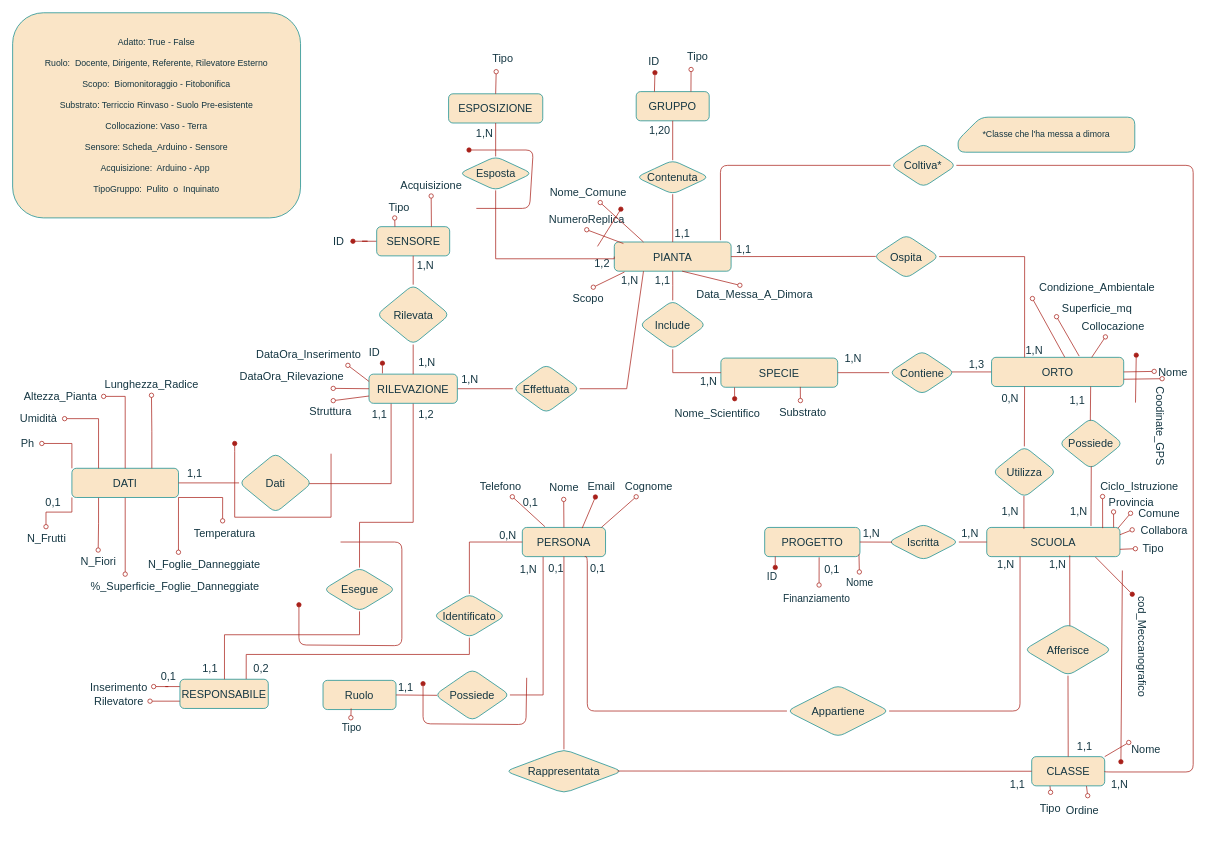
Before: Parte I - Progettazione Logica/Aggiuntivi/DiagrammaRistrutturato.drawio in andrewasterix/BD, a draw.io diagram. Source tidied: cells renumbered, new cells numbered last; positions are measured from the earlier drawing's top-left corner, leaving out a move shared by most shapes. Both pictures are drawn from the tidied source at 73%, with x=0, y=0 at pixel (12, 12).
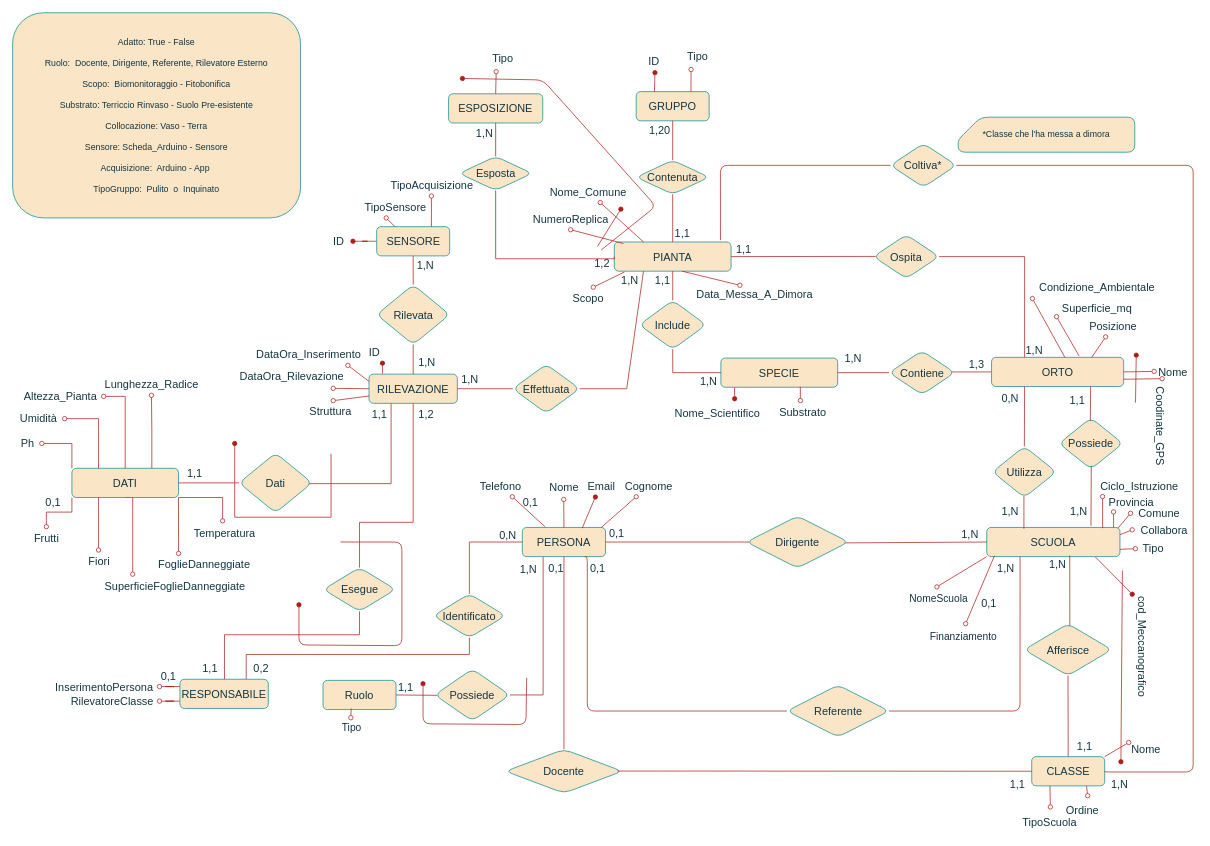
The same page after the edit.

The change refers to these unchanged cells:
```xml
<mxCell id="2" value="SCUOLA" style="rounded=1;whiteSpace=wrap;html=1;shadow=0;glass=0;points=[[0,0,0,0,0],[0,0.25,0,0,0],[0,0.5,0,0,0],[0,0.75,0,0,0],[0,1,0,0,0],[0.25,0,0,0,0],[0.25,1,0,0,0],[0.5,0,0,0,0],[0.5,1,0,0,0],[0.75,0,0,0,0],[0.75,1,0,0,0],[1,0,0,0,0],[1,0.25,0,0,0],[1,0.5,0,0,0],[1,0.75,0,0,0],[1,1,0,0,0]];fontSize=15;labelBackgroundColor=none;fillColor=#FAE5C7;strokeColor=#0F8B8D;fontColor=#143642;" parent="1" vertex="1">
  <mxGeometry x="1334.2" y="705" width="182.5" height="40" as="geometry" />
</mxCell>
<mxCell id="4" value="PERSONA" style="whiteSpace=wrap;html=1;rounded=1;shadow=0;glass=0;fontSize=15;points=[[0,0,0,0,0],[0,0.25,0,0,0],[0,0.5,0,0,0],[0,0.75,0,0,0],[0,1,0,0,0],[0.25,0,0,0,0],[0.25,1,0,0,0],[0.5,0,0,0,0],[0.5,1,0,0,0],[0.75,0,0,0,0],[0.75,1,0,0,0],[1,0,0,0,0],[1,0.25,0,0,0],[1,0.5,0,0,0],[1,0.75,0,0,0],[1,1,0,0,0]];labelBackgroundColor=none;fillColor=#FAE5C7;strokeColor=#0F8B8D;fontColor=#143642;" parent="1" vertex="1">
  <mxGeometry x="698" y="705" width="114" height="40" as="geometry" />
</mxCell>
<mxCell id="177" value="DATI" style="whiteSpace=wrap;html=1;rounded=1;shadow=0;glass=0;fontSize=15;points=[[0,0,0,0,0],[0,0.25,0,0,0],[0,0.5,0,0,0],[0,0.75,0,0,0],[0,1,0,0,0],[0.25,0,0,0,0],[0.25,1,0,0,0],[0.5,0,0,0,0],[0.5,1,0,0,0],[0.75,0,0,0,0],[0.75,1,0,0,0],[1,0,0,0,0],[1,0.25,0,0,0],[1,0.5,0,0,0],[1,0.75,0,0,0],[1,1,0,0,0]];labelBackgroundColor=none;fillColor=#FAE5C7;strokeColor=#0F8B8D;fontColor=#143642;" parent="1" vertex="1">
  <mxGeometry x="81" y="624" width="146" height="40" as="geometry" />
</mxCell>
```

Change to the diagram source:
```diff
@@
-    <mxCell id="15" value="Tipo" style="text;html=1;align=center;verticalAlign=middle;points=[];strokeColor=none;fillColor=none;fontSize=15;fontFamily=Helvetica;labelBackgroundColor=none;rounded=1;fontColor=#143642;" parent="1" vertex="1">
-      <mxGeometry x="1395.8" y="1074" width="50" height="30" as="geometry" />
+    <mxCell id="15" value="TipoScuola" style="text;html=1;align=center;verticalAlign=middle;points=[];strokeColor=none;fillColor=none;fontSize=15;fontFamily=Helvetica;labelBackgroundColor=none;rounded=1;fontColor=#143642;" parent="1" vertex="1">
+      <mxGeometry x="1373.8" y="1094" width="92" height="30" as="geometry" />
     </mxCell>
@@
-    <mxCell id="25" value="Rappresentata" style="rhombus;whiteSpace=wrap;html=1;rounded=1;shadow=0;glass=0;fontSize=15;align=center;verticalAlign=middle;labelBackgroundColor=none;fillColor=#FAE5C7;strokeColor=#0F8B8D;fontColor=#143642;" parent="1" vertex="1">
+    <mxCell id="25" value="Docente" style="rhombus;whiteSpace=wrap;html=1;rounded=1;shadow=0;glass=0;fontSize=15;align=center;verticalAlign=middle;labelBackgroundColor=none;fillColor=#FAE5C7;strokeColor=#0F8B8D;fontColor=#143642;" parent="1" vertex="1">
       <mxGeometry x="675" y="1009" width="160" height="60" as="geometry" />
     </mxCell>
@@
-    <mxCell id="33" value="Iscritta" style="rhombus;whiteSpace=wrap;html=1;fontFamily=Helvetica;fontSize=15;align=center;verticalAlign=middle;labelBackgroundColor=none;rounded=1;fillColor=#FAE5C7;strokeColor=#0F8B8D;fontColor=#143642;" parent="1" vertex="1">
-      <mxGeometry x="1199" y="700" width="97" height="50" as="geometry" />
-    </mxCell>
@@
-    <mxCell id="38" value="Appartiene" style="rhombus;whiteSpace=wrap;html=1;fontFamily=Helvetica;fontSize=15;align=center;verticalAlign=middle;labelBackgroundColor=none;rounded=1;fillColor=#FAE5C7;strokeColor=#0F8B8D;fontColor=#143642;" parent="1" vertex="1">
+    <mxCell id="38" value="Referente" style="rhombus;whiteSpace=wrap;html=1;fontFamily=Helvetica;fontSize=15;align=center;verticalAlign=middle;labelBackgroundColor=none;rounded=1;fillColor=#FAE5C7;strokeColor=#0F8B8D;fontColor=#143642;" parent="1" vertex="1">
       <mxGeometry x="1060.5" y="921" width="140" height="71" as="geometry" />
     </mxCell>
@@
-    <mxCell id="53" style="endArrow=none;html=1;rounded=0;entryX=0;entryY=0.5;entryDx=0;entryDy=0;entryPerimeter=0;exitX=1;exitY=0.5;exitDx=0;exitDy=0;labelBackgroundColor=none;strokeColor=#A8201A;fontColor=default;" parent="1" edge="1" source="33" target="2">
+    <mxCell id="53" style="endArrow=none;html=1;rounded=0;entryX=0;entryY=0.5;entryDx=0;entryDy=0;entryPerimeter=0;exitX=0.93;exitY=0.517;exitDx=0;exitDy=0;labelBackgroundColor=none;strokeColor=#A8201A;fontColor=default;exitPerimeter=0;" parent="1" edge="1" source="220" target="2">
       <mxGeometry relative="1" as="geometry" />
     </mxCell>
-    <mxCell id="54" value="PROGETTO" style="rounded=1;whiteSpace=wrap;html=1;shadow=0;glass=0;points=[[0,0,0,0,0],[0,0.25,0,0,0],[0,0.5,0,0,0],[0,0.75,0,0,0],[0,1,0,0,0],[0.25,0,0,0,0],[0.25,1,0,0,0],[0.5,0,0,0,0],[0.5,1,0,0,0],[0.75,0,0,0,0],[0.75,1,0,0,0],[1,0,0,0,0],[1,0.25,0,0,0],[1,0.5,0,0,0],[1,0.75,0,0,0],[1,1,0,0,0]];fontSize=15;labelBackgroundColor=none;fillColor=#FAE5C7;strokeColor=#0F8B8D;fontColor=#143642;" parent="1" vertex="1">
-      <mxGeometry x="1030" y="705" width="130.5" height="40" as="geometry" />
-    </mxCell>
@@
-    <mxCell id="66" style="endArrow=none;html=1;rounded=0;exitX=1;exitY=0.5;exitDx=0;exitDy=0;exitPerimeter=0;entryX=0.056;entryY=0.503;entryDx=0;entryDy=0;labelBackgroundColor=none;strokeColor=#A8201A;fontColor=default;entryPerimeter=0;" parent="1" edge="1" source="54" target="33">
-      <mxGeometry relative="1" as="geometry" />
-    </mxCell>
@@
-    <mxCell id="84" value="&lt;span style=&quot;font-size: 15px;&quot;&gt;Tipo&lt;/span&gt;" style="text;html=1;align=center;verticalAlign=middle;points=[];strokeColor=none;fillColor=none;fontSize=15;fontFamily=Helvetica;labelBackgroundColor=none;rounded=1;fontColor=#143642;" parent="1" vertex="1">
-      <mxGeometry x="504" y="251" width="50" height="30" as="geometry" />
+    <mxCell id="84" value="&lt;span style=&quot;font-size: 15px;&quot;&gt;TipoSensore&lt;/span&gt;" style="text;html=1;align=center;verticalAlign=middle;points=[];strokeColor=none;fillColor=none;fontSize=15;fontFamily=Helvetica;labelBackgroundColor=none;rounded=1;fontColor=#143642;" parent="1" vertex="1">
+      <mxGeometry x="472" y="251" width="103" height="30" as="geometry" />
     </mxCell>
@@
-    <mxCell id="86" value="&lt;span style=&quot;font-size: 15px;&quot;&gt;Acquisizione&lt;br&gt;&lt;/span&gt;" style="text;html=1;align=center;verticalAlign=middle;points=[];strokeColor=none;fillColor=none;fontSize=15;fontFamily=Helvetica;labelBackgroundColor=none;rounded=1;fontColor=#143642;" parent="1" vertex="1">
-      <mxGeometry x="518" y="221" width="110" height="30" as="geometry" />
+    <mxCell id="86" value="&lt;span style=&quot;font-size: 15px;&quot;&gt;TipoAcquisizione&lt;br&gt;&lt;/span&gt;" style="text;html=1;align=center;verticalAlign=middle;points=[];strokeColor=none;fillColor=none;fontSize=15;fontFamily=Helvetica;labelBackgroundColor=none;rounded=1;fontColor=#143642;" parent="1" vertex="1">
+      <mxGeometry x="508" y="221" width="131" height="30" as="geometry" />
     </mxCell>
@@
     <mxCell id="92" value="&lt;span style=&quot;font-size: 15px;&quot;&gt;NumeroReplica&lt;/span&gt;" style="text;html=1;align=center;verticalAlign=middle;points=[];strokeColor=none;fillColor=none;fontSize=15;fontFamily=Helvetica;labelBackgroundColor=none;rounded=1;fontColor=#143642;arcSize=0;rotation=0;" parent="1" vertex="1">
-      <mxGeometry x="725" y="268" width="121" height="30" as="geometry" />
+      <mxGeometry x="703" y="268" width="121" height="30" as="geometry" />
     </mxCell>
@@
-    <mxCell id="108" value="Collocazione" style="text;html=1;align=center;verticalAlign=middle;points=[];strokeColor=none;fillColor=none;fontSize=15;fontFamily=Helvetica;labelBackgroundColor=none;rounded=1;fontColor=#143642;" parent="1" vertex="1">
-      <mxGeometry x="1451.8" y="414" width="110" height="30" as="geometry" />
+    <mxCell id="108" value="Posizione" style="text;html=1;align=center;verticalAlign=middle;points=[];strokeColor=none;fillColor=none;fontSize=15;fontFamily=Helvetica;labelBackgroundColor=none;rounded=1;fontColor=#143642;" parent="1" vertex="1">
+      <mxGeometry x="1465.8" y="414" width="83" height="30" as="geometry" />
     </mxCell>
@@
     <mxCell id="133" value="0,1" style="text;html=1;align=center;verticalAlign=middle;strokeColor=none;fillColor=none;fontSize=15;fontFamily=Helvetica;rounded=1;labelBackgroundColor=none;fontColor=#143642;" parent="1" vertex="1">
-      <mxGeometry x="1102" y="747" width="40" height="30" as="geometry" />
+      <mxGeometry x="1316.8" y="793" width="40" height="30" as="geometry" />
     </mxCell>
-    <mxCell id="134" value="ID" style="text;html=1;align=center;verticalAlign=middle;points=[];strokeColor=none;fillColor=none;fontSize=14;labelBackgroundColor=none;rounded=1;fontColor=#143642;" parent="1" vertex="1">
-      <mxGeometry x="1019.5" y="758" width="40" height="30" as="geometry" />
+    <mxCell id="134" value="NomeScuola" style="text;html=1;align=center;verticalAlign=middle;points=[];strokeColor=none;fillColor=none;fontSize=14;labelBackgroundColor=none;rounded=1;fontColor=#143642;" parent="1" vertex="1">
+      <mxGeometry x="1218.8" y="788" width="98" height="29" as="geometry" />
     </mxCell>
-    <mxCell id="135" value="Nome" style="text;html=1;align=center;verticalAlign=middle;points=[];strokeColor=none;fillColor=none;fontSize=14;labelBackgroundColor=none;rounded=1;fontColor=#143642;" parent="1" vertex="1">
-      <mxGeometry x="1130" y="766" width="60" height="30" as="geometry" />
-    </mxCell>
-    <mxCell id="136" style="edgeStyle=none;shape=connector;rounded=1;jettySize=auto;html=1;labelBackgroundColor=none;fontFamily=Helvetica;fontSize=15;fontColor=default;endArrow=oval;endFill=1;strokeColor=#A8201A;entryX=0.625;entryY=0.059;entryDx=0;entryDy=0;entryPerimeter=0;exitX=0.111;exitY=0.996;exitDx=0;exitDy=0;exitPerimeter=0;" parent="1" edge="1" source="54" target="134">
-      <mxGeometry relative="1" as="geometry" />
-    </mxCell>
@@
     <mxCell id="139" value="1,N" style="text;html=1;align=center;verticalAlign=middle;strokeColor=none;fillColor=none;fontSize=15;fontFamily=Helvetica;rounded=1;labelBackgroundColor=none;fontColor=#143642;" parent="1" vertex="1">
-      <mxGeometry x="1290.5" y="697" width="41" height="30" as="geometry" />
+      <mxGeometry x="1290.5" y="699" width="41" height="30" as="geometry" />
     </mxCell>
     <mxCell id="140" value="1,N" style="text;html=1;align=center;verticalAlign=middle;strokeColor=none;fillColor=none;fontSize=15;fontFamily=Helvetica;rounded=1;labelBackgroundColor=none;fontColor=#143642;" parent="1" vertex="1">
-      <mxGeometry x="1339" y="740" width="41" height="30" as="geometry" />
+      <mxGeometry x="1339" y="745" width="41" height="30" as="geometry" />
     </mxCell>
@@
-    <mxCell id="162" value="1,N" style="text;html=1;align=center;verticalAlign=middle;strokeColor=none;fillColor=none;fontSize=15;fontFamily=Helvetica;rounded=1;labelBackgroundColor=none;fontColor=#143642;" parent="1" vertex="1">
-      <mxGeometry x="1155" y="698" width="41" height="30" as="geometry" />
+    <mxCell id="162" value="0,1" style="text;html=1;align=center;verticalAlign=middle;strokeColor=none;fillColor=none;fontSize=15;fontFamily=Helvetica;rounded=1;labelBackgroundColor=none;fontColor=#143642;" parent="1" vertex="1">
+      <mxGeometry x="807" y="698" width="39" height="30" as="geometry" />
     </mxCell>
@@
-    <mxCell id="173" style="edgeStyle=orthogonalEdgeStyle;rounded=0;jettySize=auto;html=1;exitX=1;exitY=1;exitDx=0;exitDy=0;exitPerimeter=0;entryX=0.298;entryY=-0.033;entryDx=0;entryDy=0;entryPerimeter=0;strokeColor=#A8201A;fontColor=default;fillColor=#FAE5C7;endArrow=oval;endFill=0;labelBackgroundColor=none;" parent="1" edge="1" source="177" target="189">
+    <mxCell id="173" style="edgeStyle=orthogonalEdgeStyle;rounded=0;jettySize=auto;html=1;exitX=1;exitY=1;exitDx=0;exitDy=0;exitPerimeter=0;entryX=0.258;entryY=0.02;entryDx=0;entryDy=0;entryPerimeter=0;strokeColor=#A8201A;fontColor=default;fillColor=#FAE5C7;endArrow=oval;endFill=0;labelBackgroundColor=none;" parent="1" edge="1" source="177" target="189">
       <mxGeometry relative="1" as="geometry" />
     </mxCell>
     <mxCell id="174" style="edgeStyle=orthogonalEdgeStyle;rounded=0;jettySize=auto;html=1;exitX=0.5;exitY=1;exitDx=0;exitDy=0;exitPerimeter=0;entryX=0.229;entryY=-0.033;entryDx=0;entryDy=0;entryPerimeter=0;strokeColor=#A8201A;fontColor=default;fillColor=#FAE5C7;endArrow=oval;endFill=0;labelBackgroundColor=none;" parent="1" edge="1" source="177" target="190">
-      <mxGeometry relative="1" as="geometry" />
+      <mxGeometry relative="1" as="geometry">
+        <Array as="points">
+          <mxPoint x="164" y="664" />
+        </Array>
+      </mxGeometry>
     </mxCell>
@@
-    <mxCell id="187" value="N_Frutti" style="text;html=1;align=center;verticalAlign=middle;points=[];strokeColor=none;fillColor=none;fontSize=15;fontFamily=Helvetica;labelBackgroundColor=none;rounded=1;fontColor=#143642;" parent="1" vertex="1">
-      <mxGeometry x="10" y="704" width="71" height="30" as="geometry" />
+    <mxCell id="187" value="Frutti" style="text;html=1;align=center;verticalAlign=middle;points=[];strokeColor=none;fillColor=none;fontSize=15;fontFamily=Helvetica;labelBackgroundColor=none;rounded=1;fontColor=#143642;" parent="1" vertex="1">
+      <mxGeometry x="20" y="704" width="52" height="30" as="geometry" />
     </mxCell>
-    <mxCell id="188" value="N_Fiori" style="text;html=1;align=center;verticalAlign=middle;points=[];strokeColor=none;fillColor=none;fontSize=15;fontFamily=Helvetica;labelBackgroundColor=none;rounded=1;fontColor=#143642;" parent="1" vertex="1">
-      <mxGeometry x="84" y="736" width="66" height="30" as="geometry" />
+    <mxCell id="188" value="Fiori" style="text;html=1;align=center;verticalAlign=middle;points=[];strokeColor=none;fillColor=none;fontSize=15;fontFamily=Helvetica;labelBackgroundColor=none;rounded=1;fontColor=#143642;" parent="1" vertex="1">
+      <mxGeometry x="94" y="736" width="47" height="30" as="geometry" />
     </mxCell>
-    <mxCell id="189" value="N_Foglie_Danneggiate" style="text;html=1;align=center;verticalAlign=middle;points=[];strokeColor=none;fillColor=none;fontSize=15;fontFamily=Helvetica;labelBackgroundColor=none;rounded=1;fontColor=#143642;" parent="1" vertex="1">
-      <mxGeometry x="176" y="740" width="171" height="30" as="geometry" />
+    <mxCell id="189" value="FoglieDanneggiate" style="text;html=1;align=center;verticalAlign=middle;points=[];strokeColor=none;fillColor=none;fontSize=15;fontFamily=Helvetica;labelBackgroundColor=none;rounded=1;fontColor=#143642;" parent="1" vertex="1">
+      <mxGeometry x="190" y="740" width="144" height="30" as="geometry" />
     </mxCell>
-    <mxCell id="190" value="%_Superficie_Foglie_Danneggiate" style="text;html=1;align=center;verticalAlign=middle;points=[];strokeColor=none;fillColor=none;fontSize=15;fontFamily=Helvetica;labelBackgroundColor=none;rounded=1;fontColor=#143642;" parent="1" vertex="1">
-      <mxGeometry x="97" y="770" width="249" height="30" as="geometry" />
+    <mxCell id="190" value="SuperficieFoglieDanneggiate" style="text;html=1;align=center;verticalAlign=middle;points=[];strokeColor=none;fillColor=none;fontSize=15;fontFamily=Helvetica;labelBackgroundColor=none;rounded=1;fontColor=#143642;" parent="1" vertex="1">
+      <mxGeometry x="116" y="770" width="211" height="30" as="geometry" />
     </mxCell>
-    <mxCell id="191" style="edgeStyle=none;shape=connector;rounded=1;jettySize=auto;html=1;labelBackgroundColor=none;fontFamily=Helvetica;fontSize=15;fontColor=default;endArrow=oval;endFill=0;entryX=0.532;entryY=-0.107;entryDx=0;entryDy=0;entryPerimeter=0;strokeColor=#A8201A;exitX=0.579;exitY=1.025;exitDx=0;exitDy=0;exitPerimeter=0;" parent="1" edge="1" target="192">
-      <mxGeometry relative="1" as="geometry">
-        <mxPoint x="1104.6" y="746" as="sourcePoint" />
-      </mxGeometry>
+    <mxCell id="191" style="edgeStyle=none;shape=connector;rounded=1;jettySize=auto;html=1;labelBackgroundColor=none;fontFamily=Helvetica;fontSize=15;fontColor=default;endArrow=oval;endFill=0;entryX=0.532;entryY=-0.107;entryDx=0;entryDy=0;entryPerimeter=0;strokeColor=#A8201A;exitX=0.058;exitY=0.97;exitDx=0;exitDy=0;exitPerimeter=0;" parent="1" edge="1" source="2" target="192">
+      <mxGeometry relative="1" as="geometry" />
     </mxCell>
     <mxCell id="192" value="Finanziamento" style="text;html=1;align=center;verticalAlign=middle;points=[];strokeColor=none;fillColor=none;fontSize=14;labelBackgroundColor=none;rounded=1;fontColor=#143642;" parent="1" vertex="1">
-      <mxGeometry x="1046" y="787" width="110" height="29" as="geometry" />
+      <mxGeometry x="1246.8" y="840" width="110" height="29" as="geometry" />
     </mxCell>
-    <mxCell id="193" style="edgeStyle=none;shape=connector;rounded=1;jettySize=auto;html=1;labelBackgroundColor=none;fontFamily=Helvetica;fontSize=15;fontColor=default;endArrow=oval;endFill=0;strokeColor=#A8201A;exitX=0.99;exitY=0.921;exitDx=0;exitDy=0;exitPerimeter=0;" parent="1" edge="1" source="54" target="135">
-      <mxGeometry relative="1" as="geometry" />
-    </mxCell>
@@
-    <mxCell id="206" value="Inserimento" style="text;html=1;align=center;verticalAlign=middle;points=[];strokeColor=none;fillColor=none;fontSize=15;fontFamily=Helvetica;labelBackgroundColor=none;rounded=1;fontColor=#143642;" parent="1" vertex="1">
-      <mxGeometry x="97" y="908" width="96" height="30" as="geometry" />
+    <mxCell id="206" value="InserimentoPersona" style="text;html=1;align=center;verticalAlign=middle;points=[];strokeColor=none;fillColor=none;fontSize=15;fontFamily=Helvetica;labelBackgroundColor=none;rounded=1;fontColor=#143642;" parent="1" vertex="1">
+      <mxGeometry x="49" y="908" width="152" height="30" as="geometry" />
     </mxCell>
-    <mxCell id="207" value="Rilevatore" style="text;html=1;align=center;verticalAlign=middle;points=[];strokeColor=none;fillColor=none;fontSize=15;fontFamily=Helvetica;labelBackgroundColor=none;rounded=1;fontColor=#143642;" parent="1" vertex="1">
-      <mxGeometry x="102" y="928" width="86" height="30" as="geometry" />
+    <mxCell id="207" value="RilevatoreClasse" style="text;html=1;align=center;verticalAlign=middle;points=[];strokeColor=none;fillColor=none;fontSize=15;fontFamily=Helvetica;labelBackgroundColor=none;rounded=1;fontColor=#143642;" parent="1" vertex="1">
+      <mxGeometry x="70" y="928" width="131" height="30" as="geometry" />
     </mxCell>
@@
     <mxCell id="216" style="edgeStyle=none;shape=connector;rounded=1;orthogonalLoop=1;jettySize=auto;html=1;labelBackgroundColor=none;fontFamily=Helvetica;fontSize=15;fontColor=default;endArrow=oval;endFill=1;strokeColor=#A8201A;" parent="1" edge="1">
       <mxGeometry relative="1" as="geometry">
-        <mxPoint x="635" y="268" as="sourcePoint" />
-        <mxPoint x="625" y="188" as="targetPoint" />
+        <mxPoint x="806" y="325" as="sourcePoint" />
+        <mxPoint x="616" y="90" as="targetPoint" />
         <Array as="points">
-          <mxPoint x="708" y="268" />
-          <mxPoint x="713" y="188" />
+          <mxPoint x="881" y="265" />
+          <mxPoint x="726" y="92" />
         </Array>
       </mxGeometry>
     </mxCell>
@@
+    <mxCell id="219" style="edgeStyle=none;shape=connector;rounded=1;jettySize=auto;html=1;labelBackgroundColor=none;fontFamily=Helvetica;fontSize=15;fontColor=default;endArrow=oval;endFill=0;entryX=0.481;entryY=-0.055;entryDx=0;entryDy=0;entryPerimeter=0;strokeColor=#A8201A;exitX=0;exitY=1;exitDx=0;exitDy=0;exitPerimeter=0;" parent="1" edge="1" source="2" target="134">
+      <mxGeometry relative="1" as="geometry" />
+    </mxCell>
+    <mxCell id="220" value="Dirigente" style="rhombus;whiteSpace=wrap;html=1;fontFamily=Helvetica;fontSize=15;align=center;verticalAlign=middle;labelBackgroundColor=none;rounded=1;fillColor=#FAE5C7;strokeColor=#0F8B8D;fontColor=#143642;" parent="1" vertex="1">
+      <mxGeometry x="1005" y="689.5" width="140" height="71" as="geometry" />
+    </mxCell>
+    <mxCell id="221" style="endArrow=none;html=1;rounded=0;labelBackgroundColor=none;strokeColor=#A8201A;fontColor=default;" parent="1" edge="1" source="4">
+      <mxGeometry relative="1" as="geometry">
+        <mxPoint x="1009" y="725" as="targetPoint" />
+      </mxGeometry>
+    </mxCell>
```
